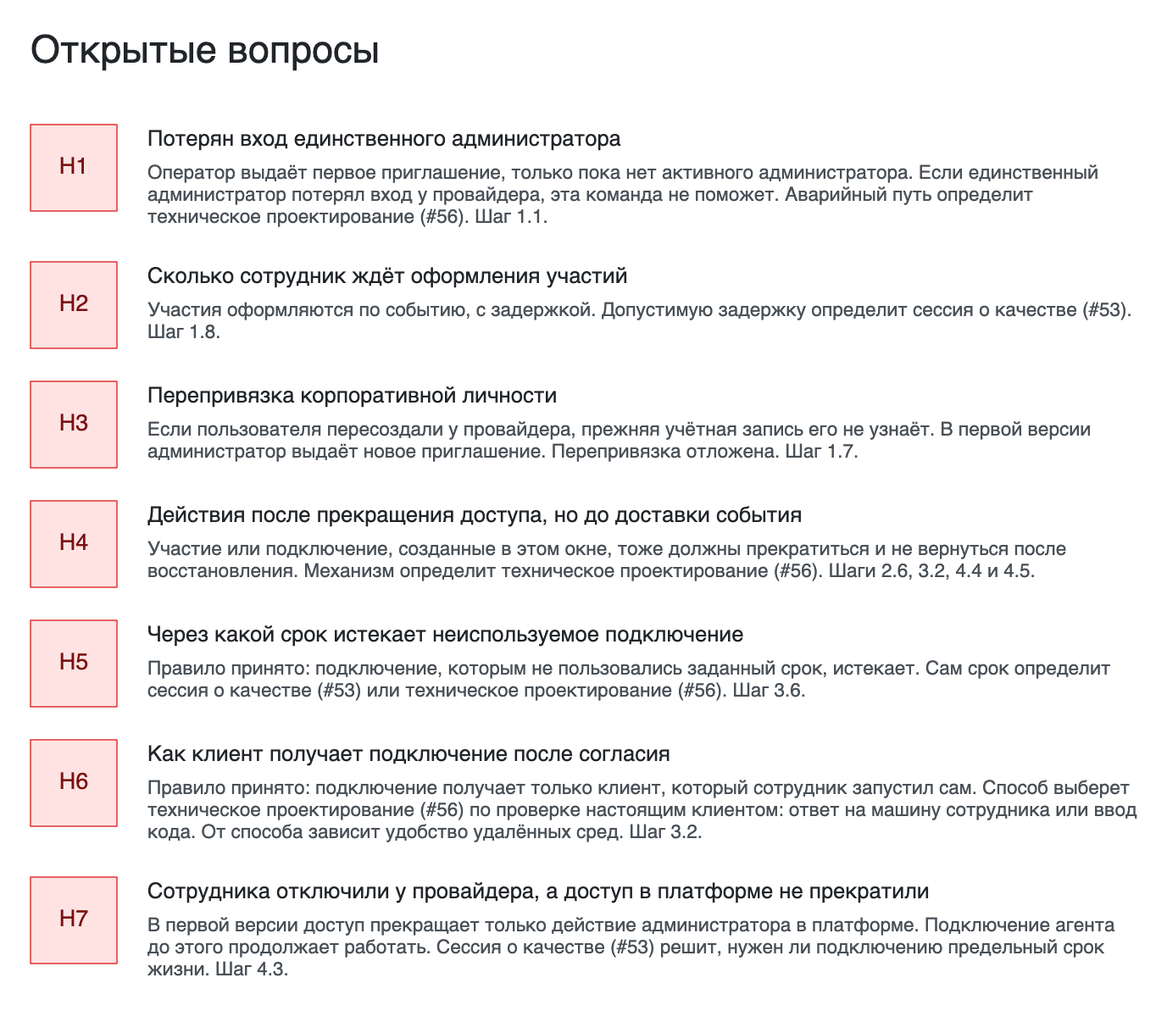
This is design/spec48-domain-board/snapshots/domain/02-open-questions.png from KirillSachkov/ai-first-platform, a Excalidraw export, as it was before one commit. Source tidied: one line per element, renumbered; positions are measured from the earlier drawing's top-left corner, leaving out a move shared by most shapes. Its diagram source:
```json
{"id": 0, "type": "text", "text": "Открытые вопросы", "strokeColor": "#212529", "strokeWidth": 2, "roughness": 1, "fontSize": 30, "fontFamily": 2, "x": 0, "y": 0, "width": 275, "height": 34}
{"id": 1, "type": "rectangle", "strokeColor": "#e03131", "backgroundColor": "#ffe3e3", "fillStyle": "solid", "strokeWidth": 1, "roughness": 0, "x": 0, "y": 74, "width": 68, "height": 68}
{"id": 2, "type": "text", "text": "Потерян вход единственного администратора", "strokeColor": "#212529", "strokeWidth": 2, "roughness": 1, "fontSize": 17, "fontFamily": 2, "x": 92, "y": 76, "width": 373, "height": 20}
{"id": 3, "type": "text", "text": "Оператор выдаёт первое приглашение, только пока нет активного администратора. Если единственный\nадминистратор потерял вход у провайдера, эта команда не поможет. Аварийный путь определит\nтехническое проектирование (#56). Шаг 1.1.", "strokeColor": "#495057", "strokeWidth": 2, "roughness": 1, "fontSize": 15, "fontFamily": 2, "x": 92, "y": 104, "width": 748, "height": 52}
{"id": 4, "type": "rectangle", "strokeColor": "#e03131", "backgroundColor": "#ffe3e3", "fillStyle": "solid", "strokeWidth": 1, "roughness": 0, "x": 0, "y": 182, "width": 68, "height": 68}
{"id": 5, "type": "text", "text": "Сколько сотрудник ждёт оформления участий", "strokeColor": "#212529", "strokeWidth": 2, "roughness": 1, "fontSize": 17, "fontFamily": 2, "x": 92, "y": 184, "width": 378, "height": 20}
{"id": 6, "type": "text", "text": "Участия оформляются по событию, с задержкой. Допустимую задержку определит сессия о качестве (#53).\nШаг 1.8.", "strokeColor": "#495057", "strokeWidth": 2, "roughness": 1, "fontSize": 15, "fontFamily": 2, "x": 92, "y": 212, "width": 774, "height": 34}
{"id": 7, "type": "rectangle", "strokeColor": "#e03131", "backgroundColor": "#ffe3e3", "fillStyle": "solid", "strokeWidth": 1, "roughness": 0, "x": 0, "y": 276, "width": 68, "height": 68}
{"id": 8, "type": "text", "text": "Перепривязка корпоративной личности", "strokeColor": "#212529", "strokeWidth": 2, "roughness": 1, "fontSize": 17, "fontFamily": 2, "x": 92, "y": 278, "width": 322, "height": 20}
{"id": 9, "type": "text", "text": "Если пользователя пересоздали у провайдера, прежняя учётная запись его не узнаёт. В первой версии\nадминистратор выдаёт новое приглашение. Перепривязка отложена. Шаг 1.7.", "strokeColor": "#495057", "strokeWidth": 2, "roughness": 1, "fontSize": 15, "fontFamily": 2, "x": 92, "y": 306, "width": 742, "height": 34}
{"id": 10, "type": "rectangle", "strokeColor": "#e03131", "backgroundColor": "#ffe3e3", "fillStyle": "solid", "strokeWidth": 1, "roughness": 0, "x": 0, "y": 370, "width": 68, "height": 68}
{"id": 11, "type": "text", "text": "Действия после прекращения доступа, но до доставки события", "strokeColor": "#212529", "strokeWidth": 2, "roughness": 1, "fontSize": 17, "fontFamily": 2, "x": 92, "y": 372, "width": 515, "height": 20}
{"id": 12, "type": "text", "text": "Участие или подключение, созданные в этом окне, тоже должны прекратиться и не вернуться после\nвосстановления. Механизм определит техническое проектирование (#56). Шаги 2.6, 3.2, 4.4 и 4.5.", "strokeColor": "#495057", "strokeWidth": 2, "roughness": 1, "fontSize": 15, "fontFamily": 2, "x": 92, "y": 400, "width": 723, "height": 34}
{"id": 13, "type": "rectangle", "strokeColor": "#e03131", "backgroundColor": "#ffe3e3", "fillStyle": "solid", "strokeWidth": 1, "roughness": 0, "x": 0, "y": 464, "width": 68, "height": 68}
{"id": 14, "type": "text", "text": "Через какой срок истекает неиспользуемое подключение", "strokeColor": "#212529", "strokeWidth": 2, "roughness": 1, "fontSize": 17, "fontFamily": 2, "x": 92, "y": 466, "width": 469, "height": 20}
{"id": 15, "type": "text", "text": "Правило принято: подключение, которым не пользовались заданный срок, истекает. Сам срок определит\nсессия о качестве (#53) или техническое проектирование (#56). Шаг 3.6.", "strokeColor": "#495057", "strokeWidth": 2, "roughness": 1, "fontSize": 15, "fontFamily": 2, "x": 92, "y": 494, "width": 758, "height": 34}
{"id": 16, "type": "rectangle", "strokeColor": "#e03131", "backgroundColor": "#ffe3e3", "fillStyle": "solid", "strokeWidth": 1, "roughness": 0, "x": 0, "y": 558, "width": 68, "height": 68}
{"id": 17, "type": "text", "text": "Как клиент получает подключение после согласия", "strokeColor": "#212529", "strokeWidth": 2, "roughness": 1, "fontSize": 17, "fontFamily": 2, "x": 92, "y": 560, "width": 411, "height": 20}
{"id": 18, "type": "text", "text": "Правило принято: подключение получает только клиент, который сотрудник запустил сам. Способ выберет\nтехническое проектирование (#56) по проверке настоящим клиентом: ответ на машину сотрудника или ввод\nкода. От способа зависит удобство удалённых сред. Шаг 3.2.", "strokeColor": "#495057", "strokeWidth": 2, "roughness": 1, "fontSize": 15, "fontFamily": 2, "x": 92, "y": 588, "width": 778, "height": 52}
{"id": 19, "type": "rectangle", "strokeColor": "#e03131", "backgroundColor": "#ffe3e3", "fillStyle": "solid", "strokeWidth": 1, "roughness": 0, "x": 0, "y": 666, "width": 68, "height": 68}
{"id": 20, "type": "text", "text": "Сотрудника отключили у провайдера, а доступ в платформе не прекратили", "strokeColor": "#212529", "strokeWidth": 2, "roughness": 1, "fontSize": 17, "fontFamily": 2, "x": 92, "y": 668, "width": 615, "height": 20}
{"id": 21, "type": "text", "text": "В первой версии доступ прекращает только действие администратора в платформе. Подключение агента\nдо этого продолжает работать. Сессия о качестве (#53) решит, нужен ли подключению предельный срок\nжизни. Шаг 4.3.", "strokeColor": "#495057", "strokeWidth": 2, "roughness": 1, "fontSize": 15, "fontFamily": 2, "x": 92, "y": 696, "width": 761, "height": 52}
{"id": 22, "type": "text", "text": "H1", "strokeColor": "#7a1010", "strokeWidth": 2, "roughness": 1, "fontSize": 18, "fontFamily": 2, "textAlign": "center", "verticalAlign": "middle", "inside": 1, "x": 22, "y": 98, "width": 23, "height": 21}
{"id": 23, "type": "text", "text": "H2", "strokeColor": "#7a1010", "strokeWidth": 2, "roughness": 1, "fontSize": 18, "fontFamily": 2, "textAlign": "center", "verticalAlign": "middle", "inside": 4, "x": 22, "y": 206, "width": 23, "height": 21}
{"id": 24, "type": "text", "text": "H3", "strokeColor": "#7a1010", "strokeWidth": 2, "roughness": 1, "fontSize": 18, "fontFamily": 2, "textAlign": "center", "verticalAlign": "middle", "inside": 7, "x": 22, "y": 300, "width": 23, "height": 21}
{"id": 25, "type": "text", "text": "H4", "strokeColor": "#7a1010", "strokeWidth": 2, "roughness": 1, "fontSize": 18, "fontFamily": 2, "textAlign": "center", "verticalAlign": "middle", "inside": 10, "x": 22, "y": 394, "width": 23, "height": 21}
{"id": 26, "type": "text", "text": "H5", "strokeColor": "#7a1010", "strokeWidth": 2, "roughness": 1, "fontSize": 18, "fontFamily": 2, "textAlign": "center", "verticalAlign": "middle", "inside": 13, "x": 22, "y": 488, "width": 23, "height": 21}
{"id": 27, "type": "text", "text": "H6", "strokeColor": "#7a1010", "strokeWidth": 2, "roughness": 1, "fontSize": 18, "fontFamily": 2, "textAlign": "center", "verticalAlign": "middle", "inside": 16, "x": 22, "y": 582, "width": 23, "height": 21}
{"id": 28, "type": "text", "text": "H7", "strokeColor": "#7a1010", "strokeWidth": 2, "roughness": 1, "fontSize": 18, "fontFamily": 2, "textAlign": "center", "verticalAlign": "middle", "inside": 19, "x": 22, "y": 690, "width": 23, "height": 21}
```
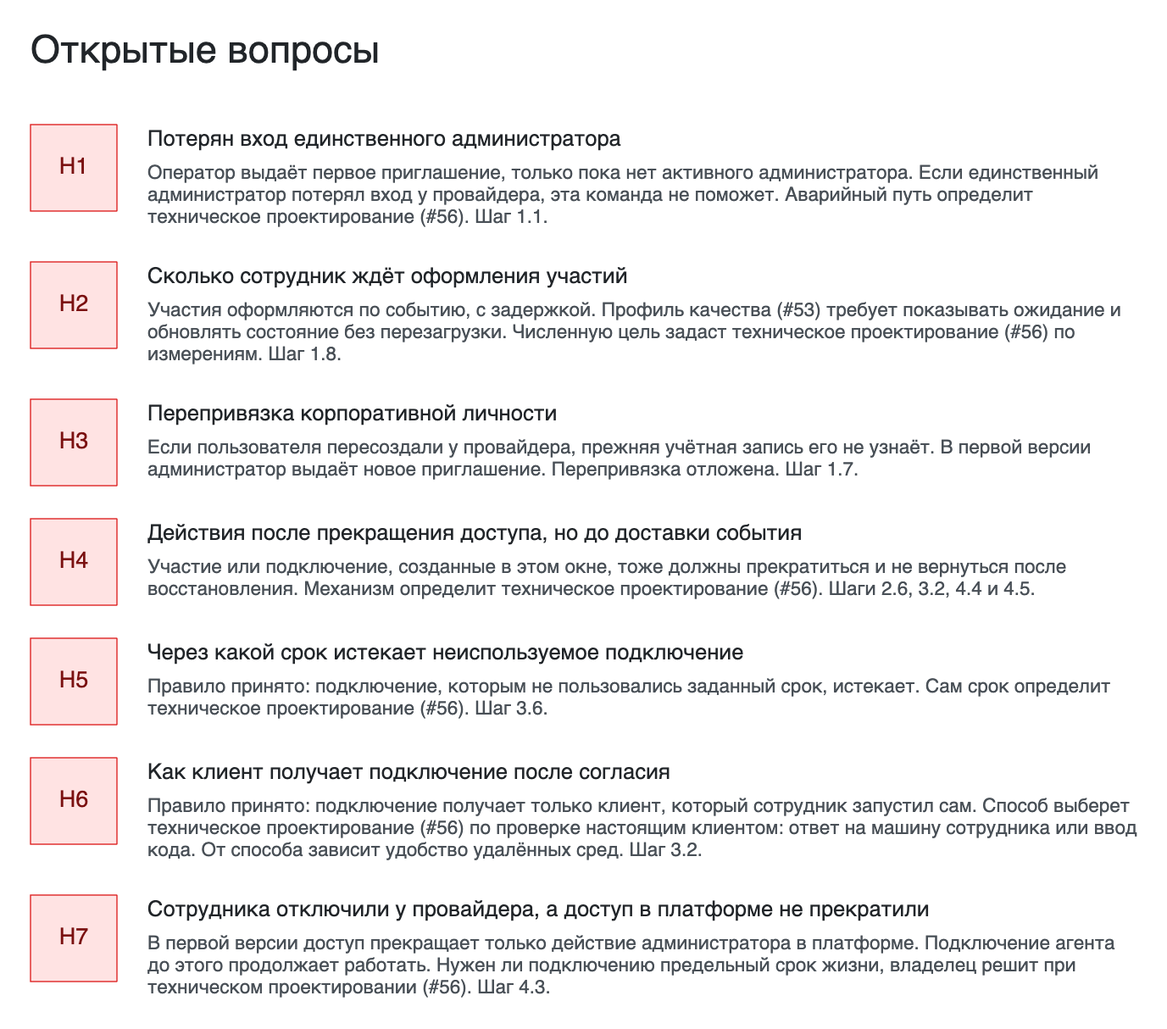
Above is the later version.

Change to the diagram source:
```diff
@@ -1,10 +1,10 @@
-{"id": 0, "type": "text", "text": "Открытые вопросы", "strokeColor": "#212529", "strokeWidth": 2, "roughness": 1, "fontSize": 30, "fontFamily": 2, "x": 0, "y": 0, "width": 275, "height": 34}
+{"id": 0, "type": "text", "text": "Открытые вопросы", "strokeColor": "#212529", "strokeWidth": 2, "roughness": 1, "fontSize": 30, "fontFamily": 2, "x": 0, "y": -14, "width": 275, "height": 34}
-{"id": 1, "type": "rectangle", "strokeColor": "#e03131", "backgroundColor": "#ffe3e3", "fillStyle": "solid", "strokeWidth": 1, "roughness": 0, "x": 0, "y": 74, "width": 68, "height": 68}
+{"id": 1, "type": "rectangle", "strokeColor": "#e03131", "backgroundColor": "#ffe3e3", "fillStyle": "solid", "strokeWidth": 1, "roughness": 0, "x": 0, "y": 60, "width": 68, "height": 68}
-{"id": 2, "type": "text", "text": "Потерян вход единственного администратора", "strokeColor": "#212529", "strokeWidth": 2, "roughness": 1, "fontSize": 17, "fontFamily": 2, "x": 92, "y": 76, "width": 373, "height": 20}
+{"id": 2, "type": "text", "text": "Потерян вход единственного администратора", "strokeColor": "#212529", "strokeWidth": 2, "roughness": 1, "fontSize": 17, "fontFamily": 2, "x": 92, "y": 62, "width": 373, "height": 20}
-{"id": 3, "type": "text", "text": "Оператор выдаёт первое приглашение, только пока нет активного администратора. Если единственный\nадминистратор потерял вход у провайдера, эта команда не поможет. Аварийный путь определит\nтехническое проектирование (#56). Шаг 1.1.", "strokeColor": "#495057", "strokeWidth": 2, "roughness": 1, "fontSize": 15, "fontFamily": 2, "x": 92, "y": 104, "width": 748, "height": 52}
+{"id": 3, "type": "text", "text": "Оператор выдаёт первое приглашение, только пока нет активного администратора. Если единственный\nадминистратор потерял вход у провайдера, эта команда не поможет. Аварийный путь определит\nтехническое проектирование (#56). Шаг 1.1.", "strokeColor": "#495057", "strokeWidth": 2, "roughness": 1, "fontSize": 15, "fontFamily": 2, "x": 92, "y": 90, "width": 748, "height": 52}
-{"id": 4, "type": "rectangle", "strokeColor": "#e03131", "backgroundColor": "#ffe3e3", "fillStyle": "solid", "strokeWidth": 1, "roughness": 0, "x": 0, "y": 182, "width": 68, "height": 68}
+{"id": 4, "type": "rectangle", "strokeColor": "#e03131", "backgroundColor": "#ffe3e3", "fillStyle": "solid", "strokeWidth": 1, "roughness": 0, "x": 0, "y": 168, "width": 68, "height": 68}
-{"id": 5, "type": "text", "text": "Сколько сотрудник ждёт оформления участий", "strokeColor": "#212529", "strokeWidth": 2, "roughness": 1, "fontSize": 17, "fontFamily": 2, "x": 92, "y": 184, "width": 378, "height": 20}
+{"id": 5, "type": "text", "text": "Сколько сотрудник ждёт оформления участий", "strokeColor": "#212529", "strokeWidth": 2, "roughness": 1, "fontSize": 17, "fontFamily": 2, "x": 92, "y": 170, "width": 378, "height": 20}
-{"id": 6, "type": "text", "text": "Участия оформляются по событию, с задержкой. Допустимую задержку определит сессия о качестве (#53).\nШаг 1.8.", "strokeColor": "#495057", "strokeWidth": 2, "roughness": 1, "fontSize": 15, "fontFamily": 2, "x": 92, "y": 212, "width": 774, "height": 34}
+{"id": 6, "type": "text", "text": "Участия оформляются по событию, с задержкой. Профиль качества (#53) требует показывать ожидание и\nобновлять состояние без перезагрузки. Численную цель задаст техническое проектирование (#56) по\nизмерениям. Шаг 1.8.", "strokeColor": "#495057", "strokeWidth": 2, "roughness": 1, "fontSize": 15, "fontFamily": 2, "x": 92, "y": 198, "width": 766, "height": 52}
 {"id": 7, "type": "rectangle", "strokeColor": "#e03131", "backgroundColor": "#ffe3e3", "fillStyle": "solid", "strokeWidth": 1, "roughness": 0, "x": 0, "y": 276, "width": 68, "height": 68}
 {"id": 8, "type": "text", "text": "Перепривязка корпоративной личности", "strokeColor": "#212529", "strokeWidth": 2, "roughness": 1, "fontSize": 17, "fontFamily": 2, "x": 92, "y": 278, "width": 322, "height": 20}
 {"id": 9, "type": "text", "text": "Если пользователя пересоздали у провайдера, прежняя учётная запись его не узнаёт. В первой версии\nадминистратор выдаёт новое приглашение. Перепривязка отложена. Шаг 1.7.", "strokeColor": "#495057", "strokeWidth": 2, "roughness": 1, "fontSize": 15, "fontFamily": 2, "x": 92, "y": 306, "width": 742, "height": 34}
@@ -13,15 +13,15 @@
 {"id": 12, "type": "text", "text": "Участие или подключение, созданные в этом окне, тоже должны прекратиться и не вернуться после\nвосстановления. Механизм определит техническое проектирование (#56). Шаги 2.6, 3.2, 4.4 и 4.5.", "strokeColor": "#495057", "strokeWidth": 2, "roughness": 1, "fontSize": 15, "fontFamily": 2, "x": 92, "y": 400, "width": 723, "height": 34}
 {"id": 13, "type": "rectangle", "strokeColor": "#e03131", "backgroundColor": "#ffe3e3", "fillStyle": "solid", "strokeWidth": 1, "roughness": 0, "x": 0, "y": 464, "width": 68, "height": 68}
 {"id": 14, "type": "text", "text": "Через какой срок истекает неиспользуемое подключение", "strokeColor": "#212529", "strokeWidth": 2, "roughness": 1, "fontSize": 17, "fontFamily": 2, "x": 92, "y": 466, "width": 469, "height": 20}
-{"id": 15, "type": "text", "text": "Правило принято: подключение, которым не пользовались заданный срок, истекает. Сам срок определит\nсессия о качестве (#53) или техническое проектирование (#56). Шаг 3.6.", "strokeColor": "#495057", "strokeWidth": 2, "roughness": 1, "fontSize": 15, "fontFamily": 2, "x": 92, "y": 494, "width": 758, "height": 34}
+{"id": 15, "type": "text", "text": "Правило принято: подключение, которым не пользовались заданный срок, истекает. Сам срок определит\nтехническое проектирование (#56). Шаг 3.6.", "strokeColor": "#495057", "strokeWidth": 2, "roughness": 1, "fontSize": 15, "fontFamily": 2, "x": 92, "y": 494, "width": 758, "height": 34}
 {"id": 16, "type": "rectangle", "strokeColor": "#e03131", "backgroundColor": "#ffe3e3", "fillStyle": "solid", "strokeWidth": 1, "roughness": 0, "x": 0, "y": 558, "width": 68, "height": 68}
 {"id": 17, "type": "text", "text": "Как клиент получает подключение после согласия", "strokeColor": "#212529", "strokeWidth": 2, "roughness": 1, "fontSize": 17, "fontFamily": 2, "x": 92, "y": 560, "width": 411, "height": 20}
 {"id": 18, "type": "text", "text": "Правило принято: подключение получает только клиент, который сотрудник запустил сам. Способ выберет\nтехническое проектирование (#56) по проверке настоящим клиентом: ответ на машину сотрудника или ввод\nкода. От способа зависит удобство удалённых сред. Шаг 3.2.", "strokeColor": "#495057", "strokeWidth": 2, "roughness": 1, "fontSize": 15, "fontFamily": 2, "x": 92, "y": 588, "width": 778, "height": 52}
 {"id": 19, "type": "rectangle", "strokeColor": "#e03131", "backgroundColor": "#ffe3e3", "fillStyle": "solid", "strokeWidth": 1, "roughness": 0, "x": 0, "y": 666, "width": 68, "height": 68}
 {"id": 20, "type": "text", "text": "Сотрудника отключили у провайдера, а доступ в платформе не прекратили", "strokeColor": "#212529", "strokeWidth": 2, "roughness": 1, "fontSize": 17, "fontFamily": 2, "x": 92, "y": 668, "width": 615, "height": 20}
-{"id": 21, "type": "text", "text": "В первой версии доступ прекращает только действие администратора в платформе. Подключение агента\nдо этого продолжает работать. Сессия о качестве (#53) решит, нужен ли подключению предельный срок\nжизни. Шаг 4.3.", "strokeColor": "#495057", "strokeWidth": 2, "roughness": 1, "fontSize": 15, "fontFamily": 2, "x": 92, "y": 696, "width": 761, "height": 52}
+{"id": 21, "type": "text", "text": "В первой версии доступ прекращает только действие администратора в платформе. Подключение агента\nдо этого продолжает работать. Нужен ли подключению предельный срок жизни, владелец решит при\nтехническом проектировании (#56). Шаг 4.3.", "strokeColor": "#495057", "strokeWidth": 2, "roughness": 1, "fontSize": 15, "fontFamily": 2, "x": 92, "y": 696, "width": 761, "height": 52}
-{"id": 22, "type": "text", "text": "H1", "strokeColor": "#7a1010", "strokeWidth": 2, "roughness": 1, "fontSize": 18, "fontFamily": 2, "textAlign": "center", "verticalAlign": "middle", "inside": 1, "x": 22, "y": 98, "width": 23, "height": 21}
+{"id": 22, "type": "text", "text": "H1", "strokeColor": "#7a1010", "strokeWidth": 2, "roughness": 1, "fontSize": 18, "fontFamily": 2, "textAlign": "center", "verticalAlign": "middle", "inside": 1, "x": 22, "y": 84, "width": 23, "height": 21}
-{"id": 23, "type": "text", "text": "H2", "strokeColor": "#7a1010", "strokeWidth": 2, "roughness": 1, "fontSize": 18, "fontFamily": 2, "textAlign": "center", "verticalAlign": "middle", "inside": 4, "x": 22, "y": 206, "width": 23, "height": 21}
+{"id": 23, "type": "text", "text": "H2", "strokeColor": "#7a1010", "strokeWidth": 2, "roughness": 1, "fontSize": 18, "fontFamily": 2, "textAlign": "center", "verticalAlign": "middle", "inside": 4, "x": 22, "y": 192, "width": 23, "height": 21}
 {"id": 24, "type": "text", "text": "H3", "strokeColor": "#7a1010", "strokeWidth": 2, "roughness": 1, "fontSize": 18, "fontFamily": 2, "textAlign": "center", "verticalAlign": "middle", "inside": 7, "x": 22, "y": 300, "width": 23, "height": 21}
 {"id": 25, "type": "text", "text": "H4", "strokeColor": "#7a1010", "strokeWidth": 2, "roughness": 1, "fontSize": 18, "fontFamily": 2, "textAlign": "center", "verticalAlign": "middle", "inside": 10, "x": 22, "y": 394, "width": 23, "height": 21}
 {"id": 26, "type": "text", "text": "H5", "strokeColor": "#7a1010", "strokeWidth": 2, "roughness": 1, "fontSize": 18, "fontFamily": 2, "textAlign": "center", "verticalAlign": "middle", "inside": 13, "x": 22, "y": 488, "width": 23, "height": 21}
```
